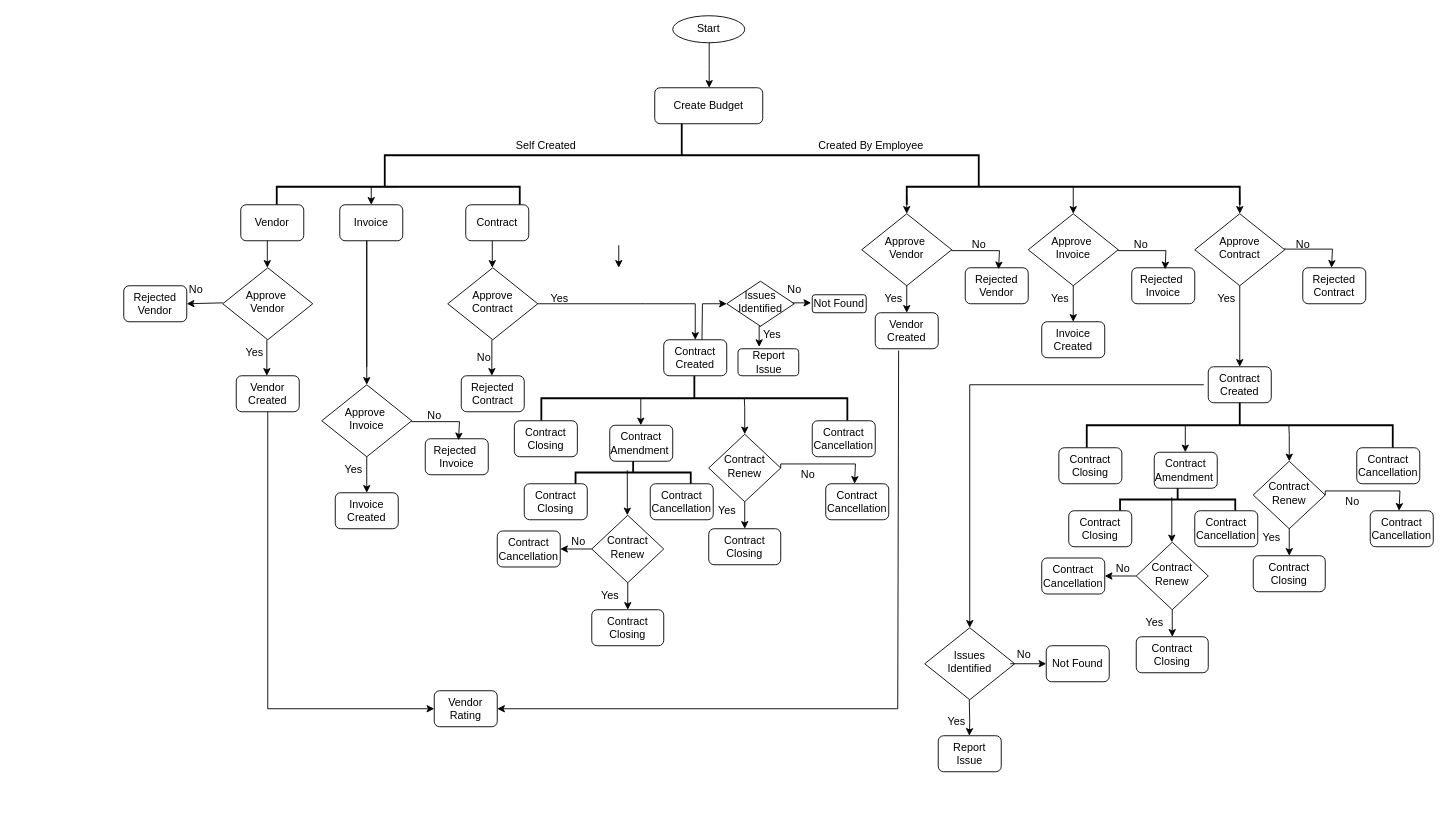
This is Untitled Diagram.drawio from anjana732/Cv, a draw.io file, before an edit. Source tidied: cells renumbered, new cells numbered last; positions are measured from the earlier drawing's top-left corner, leaving out a move shared by most shapes. Both pictures are drawn from the tidied source at 90%, with x=0, y=0 at pixel (123, 15).
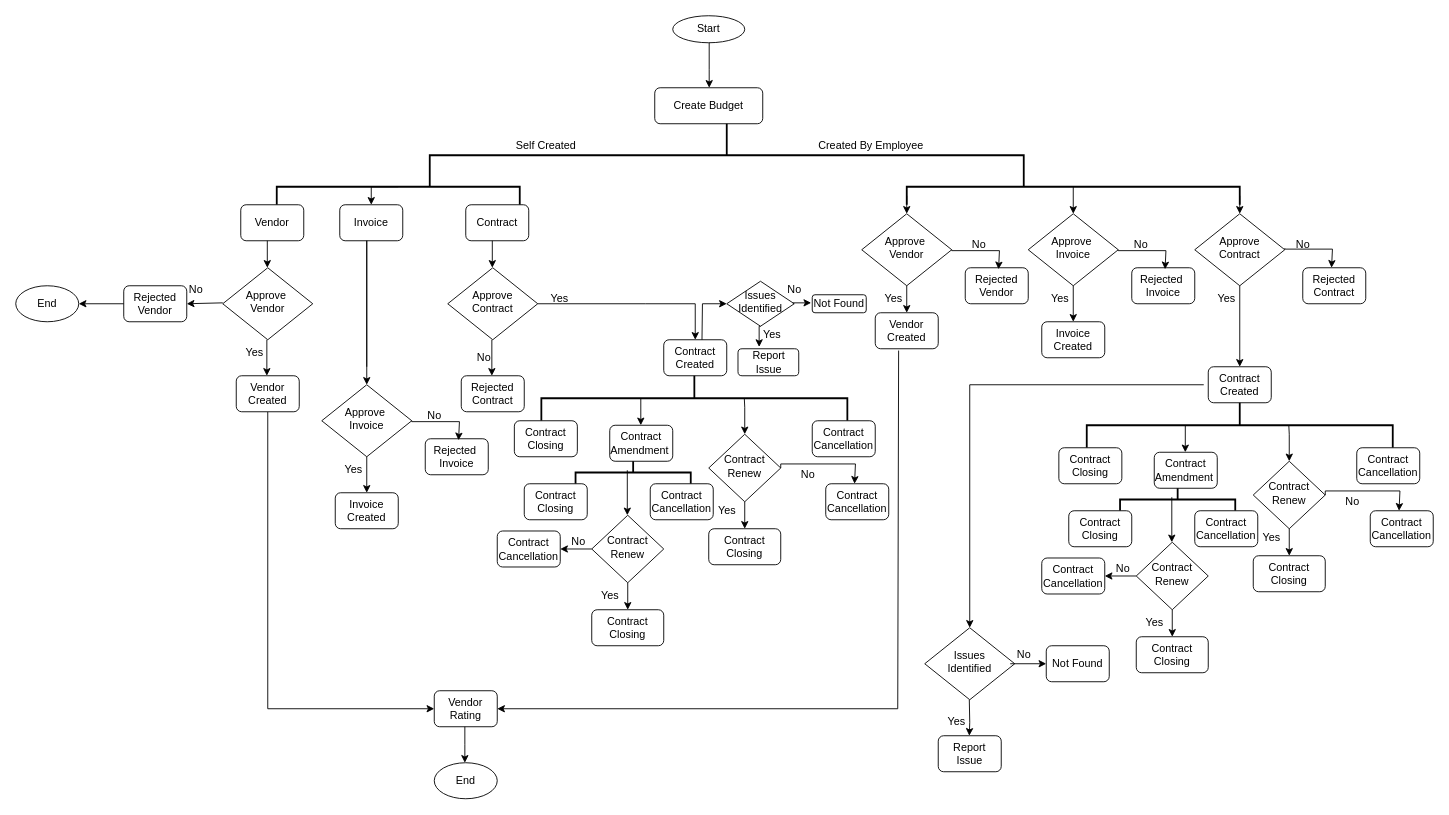
The same diagram, later.

Unchanged cells that the change refers to:
```xml
<mxCell id="17" value="Rejected&lt;div&gt;Vendor&lt;/div&gt;" style="rounded=1;whiteSpace=wrap;html=1;fontSize=12;glass=0;strokeWidth=1;shadow=0;" parent="1" vertex="1">
  <mxGeometry y="300" width="70" height="40" as="geometry" />
</mxCell>
```

Diff of the diagram source:
```diff
@@
     <mxCell id="5" style="strokeWidth=2;html=1;shape=mxgraph.flowchart.annotation_2;align=left;labelPosition=right;direction=south;" parent="1" vertex="1">
-      <mxGeometry x="290" y="120" width="660" height="70" as="geometry" />
+      <mxGeometry x="340" y="120" width="660" height="70" as="geometry" />
     </mxCell>
@@
-    <mxCell id="133" style="endArrow=classic;html=1;rounded=0;" parent="1" edge="1">
-      <mxGeometry relative="1" as="geometry">
-        <mxPoint x="550" y="255" as="sourcePoint" />
-        <mxPoint x="550" y="280" as="targetPoint" />
-      </mxGeometry>
-    </mxCell>
@@
+    <mxCell id="136" value="End" style="ellipse;whiteSpace=wrap;html=1;" parent="1" vertex="1">
+      <mxGeometry x="-120" y="300" width="70" height="40" as="geometry" />
+    </mxCell>
+    <mxCell id="137" style="endArrow=classic;html=1;rounded=0;exitX=0;exitY=0.5;exitDx=0;exitDy=0;" parent="1" edge="1" source="17">
+      <mxGeometry relative="1" as="geometry">
+        <mxPoint x="-50" y="320" as="targetPoint" />
+      </mxGeometry>
+    </mxCell>
+    <mxCell id="138" style="endArrow=classic;html=1;rounded=0;" parent="1" edge="1">
+      <mxGeometry relative="1" as="geometry">
+        <mxPoint x="379" y="790" as="sourcePoint" />
+        <mxPoint x="379" y="830" as="targetPoint" />
+        <Array as="points">
+          <mxPoint x="379" y="810" />
+        </Array>
+      </mxGeometry>
+    </mxCell>
+    <mxCell id="139" value="End" style="ellipse;whiteSpace=wrap;html=1;" parent="1" vertex="1">
+      <mxGeometry x="345" y="830" width="70" height="40" as="geometry" />
+    </mxCell>
```
